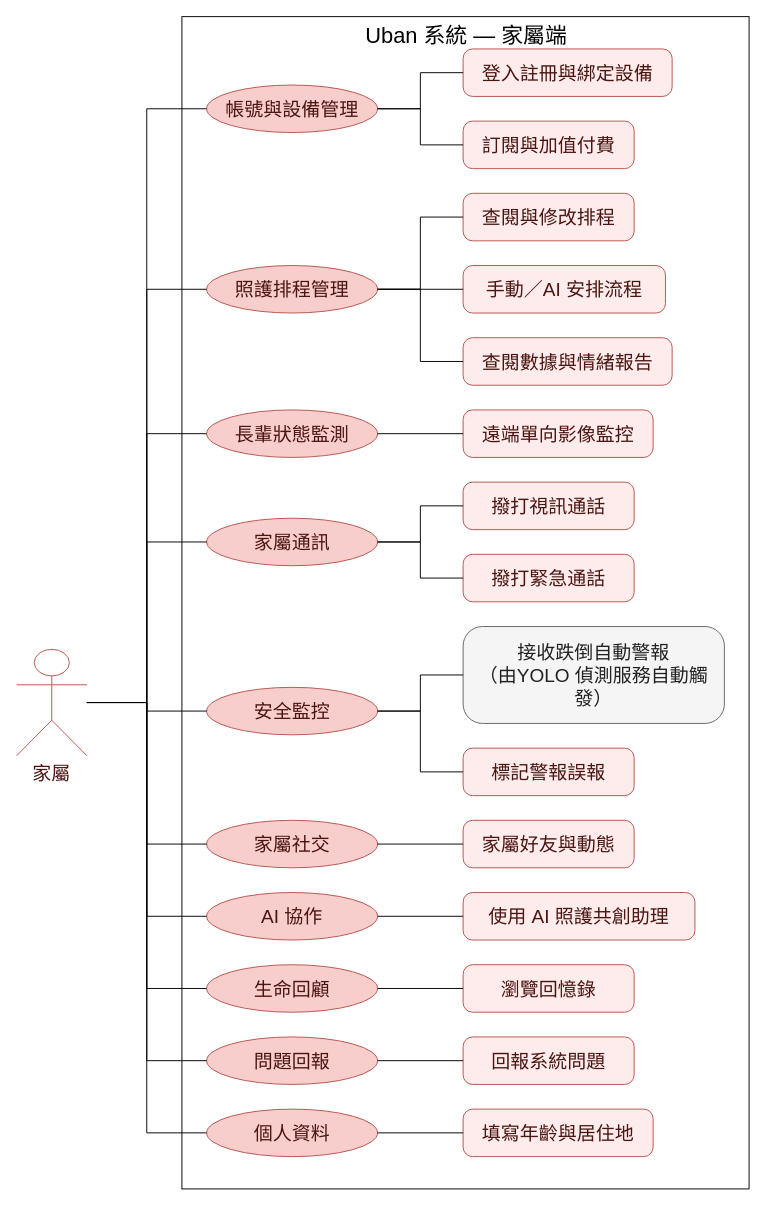
This is Uban System Documents/drawio圖/D524-使用個案-家屬.drawio from HuangYu-Kai/Uban, a draw.io file, before an edit. Source tidied: cells renumbered, new cells numbered last; positions are measured from the earlier drawing's top-left corner, leaving out a move shared by most shapes. Both pictures are drawn from the tidied source at 95%, with x=0, y=0 at pixel (16, 16).
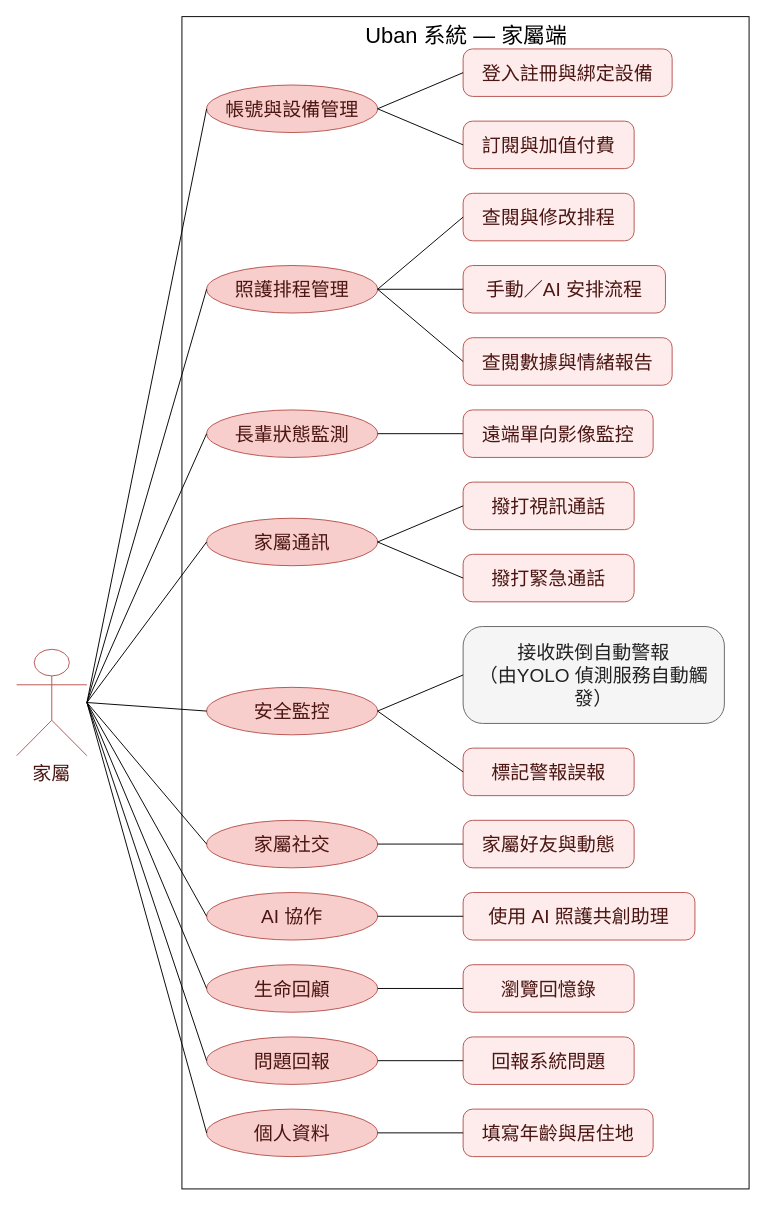
Above is the later version.

Unchanged cells that the change refers to:
```xml
<mxCell id="3" value="家屬" style="shape=umlActor;verticalLabelPosition=bottom;verticalAlign=top;html=1;fontSize=20;fillColor=#F8CECC;strokeColor=#B85450;fontColor=#4A1512;whiteSpace=wrap;fillColor=none;" parent="1" vertex="1">
<mxCell id="4" value="帳號與設備管理" style="ellipse;html=1;fontSize=20;fillColor=#F8CECC;strokeColor=#B85450;fontColor=#4A1512;whiteSpace=wrap;" parent="1" vertex="1">
<mxCell id="5" value="登入註冊與綁定設備" style="rounded=1;arcSize=20;html=1;fontSize=20;fillColor=#FDECEB;strokeColor=#B85450;fontColor=#4A1512;whiteSpace=wrap;" parent="1" vertex="1">
<mxCell id="6" value="訂閱與加值付費" style="rounded=1;arcSize=20;html=1;fontSize=20;fillColor=#FDECEB;strokeColor=#B85450;fontColor=#4A1512;whiteSpace=wrap;" parent="1" vertex="1">
<mxCell id="7" value="照護排程管理" style="ellipse;html=1;fontSize=20;fillColor=#F8CECC;strokeColor=#B85450;fontColor=#4A1512;whiteSpace=wrap;" parent="1" vertex="1">
<mxCell id="8" value="查閱與修改排程" style="rounded=1;arcSize=20;html=1;fontSize=20;fillColor=#FDECEB;strokeColor=#B85450;fontColor=#4A1512;whiteSpace=wrap;" parent="1" vertex="1">
<mxCell id="9" value="手動／AI 安排流程" style="rounded=1;arcSize=20;html=1;fontSize=20;fillColor=#FDECEB;strokeColor=#B85450;fontColor=#4A1512;whiteSpace=wrap;" parent="1" vertex="1">
<mxCell id="10" value="查閱數據與情緒報告" style="rounded=1;arcSize=20;html=1;fontSize=20;fillColor=#FDECEB;strokeColor=#B85450;fontColor=#4A1512;whiteSpace=wrap;" parent="1" vertex="1">
<mxCell id="11" value="長輩狀態監測" style="ellipse;html=1;fontSize=20;fillColor=#F8CECC;strokeColor=#B85450;fontColor=#4A1512;whiteSpace=wrap;" parent="1" vertex="1">
<mxCell id="12" value="遠端單向影像監控" style="rounded=1;arcSize=20;html=1;fontSize=20;fillColor=#FDECEB;strokeColor=#B85450;fontColor=#4A1512;whiteSpace=wrap;" parent="1" vertex="1">
<mxCell id="13" value="家屬通訊" style="ellipse;html=1;fontSize=20;fillColor=#F8CECC;strokeColor=#B85450;fontColor=#4A1512;whiteSpace=wrap;" parent="1" vertex="1">
<mxCell id="14" value="撥打視訊通話" style="rounded=1;arcSize=20;html=1;fontSize=20;fillColor=#FDECEB;strokeColor=#B85450;fontColor=#4A1512;whiteSpace=wrap;" parent="1" vertex="1">
<mxCell id="15" value="撥打緊急通話" style="rounded=1;arcSize=20;html=1;fontSize=20;fillColor=#FDECEB;strokeColor=#B85450;fontColor=#4A1512;whiteSpace=wrap;" parent="1" vertex="1">
<mxCell id="16" value="安全監控" style="ellipse;html=1;fontSize=20;fillColor=#F8CECC;strokeColor=#B85450;fontColor=#4A1512;whiteSpace=wrap;" parent="1" vertex="1">
<mxCell id="17" value="接收跌倒自動警報&lt;br&gt;（由YOLO 偵測服務自動觸&lt;br&gt;發）" style="rounded=1;arcSize=20;html=1;fontSize=20;fillColor=#F5F5F5;strokeColor=#666666;fontColor=#222222;whiteSpace=wrap;" parent="1" vertex="1">
<mxCell id="18" value="標記警報誤報" style="rounded=1;arcSize=20;html=1;fontSize=20;fillColor=#FDECEB;strokeColor=#B85450;fontColor=#4A1512;whiteSpace=wrap;" parent="1" vertex="1">
<mxCell id="19" value="家屬社交" style="ellipse;html=1;fontSize=20;fillColor=#F8CECC;strokeColor=#B85450;fontColor=#4A1512;whiteSpace=wrap;" parent="1" vertex="1">
<mxCell id="20" value="家屬好友與動態" style="rounded=1;arcSize=20;html=1;fontSize=20;fillColor=#FDECEB;strokeColor=#B85450;fontColor=#4A1512;whiteSpace=wrap;" parent="1" vertex="1">
<mxCell id="21" value="AI 協作" style="ellipse;html=1;fontSize=20;fillColor=#F8CECC;strokeColor=#B85450;fontColor=#4A1512;whiteSpace=wrap;" parent="1" vertex="1">
<mxCell id="22" value="使用 AI 照護共創助理" style="rounded=1;arcSize=20;html=1;fontSize=20;fillColor=#FDECEB;strokeColor=#B85450;fontColor=#4A1512;whiteSpace=wrap;" parent="1" vertex="1">
<mxCell id="23" value="生命回顧" style="ellipse;html=1;fontSize=20;fillColor=#F8CECC;strokeColor=#B85450;fontColor=#4A1512;whiteSpace=wrap;" parent="1" vertex="1">
<mxCell id="24" value="瀏覽回憶錄" style="rounded=1;arcSize=20;html=1;fontSize=20;fillColor=#FDECEB;strokeColor=#B85450;fontColor=#4A1512;whiteSpace=wrap;" parent="1" vertex="1">
<mxCell id="25" value="問題回報" style="ellipse;html=1;fontSize=20;fillColor=#F8CECC;strokeColor=#B85450;fontColor=#4A1512;whiteSpace=wrap;" parent="1" vertex="1">
<mxCell id="26" value="回報系統問題" style="rounded=1;arcSize=20;html=1;fontSize=20;fillColor=#FDECEB;strokeColor=#B85450;fontColor=#4A1512;whiteSpace=wrap;" parent="1" vertex="1">
<mxCell id="27" value="個人資料" style="ellipse;html=1;fontSize=20;fillColor=#F8CECC;strokeColor=#B85450;fontColor=#4A1512;whiteSpace=wrap;" parent="1" vertex="1">
<mxCell id="28" value="填寫年齡與居住地" style="rounded=1;arcSize=20;html=1;fontSize=20;fillColor=#FDECEB;strokeColor=#B85450;fontColor=#4A1512;whiteSpace=wrap;" parent="1" vertex="1">
```

Change to the diagram source:
```diff
@@
-    <mxCell id="29" style="edgeStyle=orthogonalEdgeStyle;rounded=0;html=1;endArrow=none;strokeColor=#000000;exitX=1;exitY=0.5;entryX=0;entryY=0.5;exitPerimeter=0;entryPerimeter=0;" parent="1" edge="1" source="3" target="4">
+    <mxCell id="29" style="edgeStyle=none;rounded=0;html=1;endArrow=none;strokeColor=#000000;exitX=1;exitY=0.5;entryX=0;entryY=0.5;exitPerimeter=0;entryPerimeter=0;" parent="1" edge="1" source="3" target="4">
       <mxGeometry relative="1" as="geometry" />
     </mxCell>
-    <mxCell id="30" style="edgeStyle=orthogonalEdgeStyle;rounded=0;html=1;endArrow=none;strokeColor=#000000;exitX=1;exitY=0.5;entryX=0;entryY=0.5;exitPerimeter=0;entryPerimeter=0;" parent="1" edge="1" source="4" target="5">
+    <mxCell id="30" style="edgeStyle=none;rounded=0;html=1;endArrow=none;strokeColor=#000000;exitX=1;exitY=0.5;entryX=0;entryY=0.5;exitPerimeter=0;entryPerimeter=0;" parent="1" edge="1" source="4" target="5">
       <mxGeometry relative="1" as="geometry" />
     </mxCell>
-    <mxCell id="31" style="edgeStyle=orthogonalEdgeStyle;rounded=0;html=1;endArrow=none;strokeColor=#000000;exitX=1;exitY=0.5;entryX=0;entryY=0.5;exitPerimeter=0;entryPerimeter=0;" parent="1" edge="1" source="4" target="6">
+    <mxCell id="31" style="edgeStyle=none;rounded=0;html=1;endArrow=none;strokeColor=#000000;exitX=1;exitY=0.5;entryX=0;entryY=0.5;exitPerimeter=0;entryPerimeter=0;" parent="1" edge="1" source="4" target="6">
       <mxGeometry relative="1" as="geometry" />
     </mxCell>
-    <mxCell id="32" style="edgeStyle=orthogonalEdgeStyle;rounded=0;html=1;endArrow=none;strokeColor=#000000;exitX=1;exitY=0.5;entryX=0;entryY=0.5;exitPerimeter=0;entryPerimeter=0;" parent="1" edge="1" source="3" target="7">
+    <mxCell id="32" style="edgeStyle=none;rounded=0;html=1;endArrow=none;strokeColor=#000000;exitX=1;exitY=0.5;entryX=0;entryY=0.5;exitPerimeter=0;entryPerimeter=0;" parent="1" edge="1" source="3" target="7">
       <mxGeometry relative="1" as="geometry" />
     </mxCell>
-    <mxCell id="33" style="edgeStyle=orthogonalEdgeStyle;rounded=0;html=1;endArrow=none;strokeColor=#000000;exitX=1;exitY=0.5;entryX=0;entryY=0.5;exitPerimeter=0;entryPerimeter=0;" parent="1" edge="1" source="7" target="8">
+    <mxCell id="33" style="edgeStyle=none;rounded=0;html=1;endArrow=none;strokeColor=#000000;exitX=1;exitY=0.5;entryX=0;entryY=0.5;exitPerimeter=0;entryPerimeter=0;" parent="1" edge="1" source="7" target="8">
       <mxGeometry relative="1" as="geometry" />
     </mxCell>
-    <mxCell id="34" style="edgeStyle=orthogonalEdgeStyle;rounded=0;html=1;endArrow=none;strokeColor=#000000;exitX=1;exitY=0.5;entryX=0;entryY=0.5;exitPerimeter=0;entryPerimeter=0;" parent="1" edge="1" source="7" target="9">
+    <mxCell id="34" style="edgeStyle=none;rounded=0;html=1;endArrow=none;strokeColor=#000000;exitX=1;exitY=0.5;entryX=0;entryY=0.5;exitPerimeter=0;entryPerimeter=0;" parent="1" edge="1" source="7" target="9">
       <mxGeometry relative="1" as="geometry" />
     </mxCell>
-    <mxCell id="35" style="edgeStyle=orthogonalEdgeStyle;rounded=0;html=1;endArrow=none;strokeColor=#000000;exitX=1;exitY=0.5;entryX=0;entryY=0.5;exitPerimeter=0;entryPerimeter=0;" parent="1" edge="1" source="7" target="10">
+    <mxCell id="35" style="edgeStyle=none;rounded=0;html=1;endArrow=none;strokeColor=#000000;exitX=1;exitY=0.5;entryX=0;entryY=0.5;exitPerimeter=0;entryPerimeter=0;" parent="1" edge="1" source="7" target="10">
       <mxGeometry relative="1" as="geometry" />
     </mxCell>
-    <mxCell id="36" style="edgeStyle=orthogonalEdgeStyle;rounded=0;html=1;endArrow=none;strokeColor=#000000;exitX=1;exitY=0.5;entryX=0;entryY=0.5;exitPerimeter=0;entryPerimeter=0;" parent="1" edge="1" source="3" target="11">
+    <mxCell id="36" style="edgeStyle=none;rounded=0;html=1;endArrow=none;strokeColor=#000000;exitX=1;exitY=0.5;entryX=0;entryY=0.5;exitPerimeter=0;entryPerimeter=0;" parent="1" edge="1" source="3" target="11">
       <mxGeometry relative="1" as="geometry" />
     </mxCell>
-    <mxCell id="37" style="edgeStyle=orthogonalEdgeStyle;rounded=0;html=1;endArrow=none;strokeColor=#000000;exitX=1;exitY=0.5;entryX=0;entryY=0.5;exitPerimeter=0;entryPerimeter=0;" parent="1" edge="1" source="11" target="12">
+    <mxCell id="37" style="edgeStyle=none;rounded=0;html=1;endArrow=none;strokeColor=#000000;exitX=1;exitY=0.5;entryX=0;entryY=0.5;exitPerimeter=0;entryPerimeter=0;" parent="1" edge="1" source="11" target="12">
       <mxGeometry relative="1" as="geometry" />
     </mxCell>
-    <mxCell id="38" style="edgeStyle=orthogonalEdgeStyle;rounded=0;html=1;endArrow=none;strokeColor=#000000;exitX=1;exitY=0.5;entryX=0;entryY=0.5;exitPerimeter=0;entryPerimeter=0;" parent="1" edge="1" source="3" target="13">
+    <mxCell id="38" style="edgeStyle=none;rounded=0;html=1;endArrow=none;strokeColor=#000000;exitX=1;exitY=0.5;entryX=0;entryY=0.5;exitPerimeter=0;entryPerimeter=0;" parent="1" edge="1" source="3" target="13">
       <mxGeometry relative="1" as="geometry" />
     </mxCell>
-    <mxCell id="39" style="edgeStyle=orthogonalEdgeStyle;rounded=0;html=1;endArrow=none;strokeColor=#000000;exitX=1;exitY=0.5;entryX=0;entryY=0.5;exitPerimeter=0;entryPerimeter=0;" parent="1" edge="1" source="13" target="14">
+    <mxCell id="39" style="edgeStyle=none;rounded=0;html=1;endArrow=none;strokeColor=#000000;exitX=1;exitY=0.5;entryX=0;entryY=0.5;exitPerimeter=0;entryPerimeter=0;" parent="1" edge="1" source="13" target="14">
       <mxGeometry relative="1" as="geometry" />
     </mxCell>
-    <mxCell id="40" style="edgeStyle=orthogonalEdgeStyle;rounded=0;html=1;endArrow=none;strokeColor=#000000;exitX=1;exitY=0.5;entryX=0;entryY=0.5;exitPerimeter=0;entryPerimeter=0;" parent="1" edge="1" source="13" target="15">
+    <mxCell id="40" style="edgeStyle=none;rounded=0;html=1;endArrow=none;strokeColor=#000000;exitX=1;exitY=0.5;entryX=0;entryY=0.5;exitPerimeter=0;entryPerimeter=0;" parent="1" edge="1" source="13" target="15">
       <mxGeometry relative="1" as="geometry" />
     </mxCell>
-    <mxCell id="41" style="edgeStyle=orthogonalEdgeStyle;rounded=0;html=1;endArrow=none;strokeColor=#000000;exitX=1;exitY=0.5;entryX=0;entryY=0.5;exitPerimeter=0;entryPerimeter=0;" parent="1" edge="1" source="3" target="16">
+    <mxCell id="41" style="edgeStyle=none;rounded=0;html=1;endArrow=none;strokeColor=#000000;exitX=1;exitY=0.5;entryX=0;entryY=0.5;exitPerimeter=0;entryPerimeter=0;" parent="1" edge="1" source="3" target="16">
       <mxGeometry relative="1" as="geometry" />
     </mxCell>
-    <mxCell id="42" style="edgeStyle=orthogonalEdgeStyle;rounded=0;html=1;endArrow=none;strokeColor=#000000;exitX=1;exitY=0.5;entryX=0;entryY=0.5;exitPerimeter=0;entryPerimeter=0;" parent="1" edge="1" source="16" target="17">
+    <mxCell id="42" style="edgeStyle=none;rounded=0;html=1;endArrow=none;strokeColor=#000000;exitX=1;exitY=0.5;entryX=0;entryY=0.5;exitPerimeter=0;entryPerimeter=0;" parent="1" edge="1" source="16" target="17">
       <mxGeometry relative="1" as="geometry" />
     </mxCell>
-    <mxCell id="43" style="edgeStyle=orthogonalEdgeStyle;rounded=0;html=1;endArrow=none;strokeColor=#000000;exitX=1;exitY=0.5;entryX=0;entryY=0.5;exitPerimeter=0;entryPerimeter=0;" parent="1" edge="1" source="16" target="18">
+    <mxCell id="43" style="edgeStyle=none;rounded=0;html=1;endArrow=none;strokeColor=#000000;exitX=1;exitY=0.5;entryX=0;entryY=0.5;exitPerimeter=0;entryPerimeter=0;" parent="1" edge="1" source="16" target="18">
       <mxGeometry relative="1" as="geometry" />
     </mxCell>
-    <mxCell id="44" style="edgeStyle=orthogonalEdgeStyle;rounded=0;html=1;endArrow=none;strokeColor=#000000;exitX=1;exitY=0.5;entryX=0;entryY=0.5;exitPerimeter=0;entryPerimeter=0;" parent="1" edge="1" source="3" target="19">
+    <mxCell id="44" style="edgeStyle=none;rounded=0;html=1;endArrow=none;strokeColor=#000000;exitX=1;exitY=0.5;entryX=0;entryY=0.5;exitPerimeter=0;entryPerimeter=0;" parent="1" edge="1" source="3" target="19">
       <mxGeometry relative="1" as="geometry" />
     </mxCell>
-    <mxCell id="45" style="edgeStyle=orthogonalEdgeStyle;rounded=0;html=1;endArrow=none;strokeColor=#000000;exitX=1;exitY=0.5;entryX=0;entryY=0.5;exitPerimeter=0;entryPerimeter=0;" parent="1" edge="1" source="19" target="20">
+    <mxCell id="45" style="edgeStyle=none;rounded=0;html=1;endArrow=none;strokeColor=#000000;exitX=1;exitY=0.5;entryX=0;entryY=0.5;exitPerimeter=0;entryPerimeter=0;" parent="1" edge="1" source="19" target="20">
       <mxGeometry relative="1" as="geometry" />
     </mxCell>
-    <mxCell id="46" style="edgeStyle=orthogonalEdgeStyle;rounded=0;html=1;endArrow=none;strokeColor=#000000;exitX=1;exitY=0.5;entryX=0;entryY=0.5;exitPerimeter=0;entryPerimeter=0;" parent="1" edge="1" source="3" target="21">
+    <mxCell id="46" style="edgeStyle=none;rounded=0;html=1;endArrow=none;strokeColor=#000000;exitX=1;exitY=0.5;entryX=0;entryY=0.5;exitPerimeter=0;entryPerimeter=0;" parent="1" edge="1" source="3" target="21">
       <mxGeometry relative="1" as="geometry" />
     </mxCell>
-    <mxCell id="47" style="edgeStyle=orthogonalEdgeStyle;rounded=0;html=1;endArrow=none;strokeColor=#000000;exitX=1;exitY=0.5;entryX=0;entryY=0.5;exitPerimeter=0;entryPerimeter=0;" parent="1" edge="1" source="21" target="22">
+    <mxCell id="47" style="edgeStyle=none;rounded=0;html=1;endArrow=none;strokeColor=#000000;exitX=1;exitY=0.5;entryX=0;entryY=0.5;exitPerimeter=0;entryPerimeter=0;" parent="1" edge="1" source="21" target="22">
       <mxGeometry relative="1" as="geometry" />
     </mxCell>
-    <mxCell id="48" style="edgeStyle=orthogonalEdgeStyle;rounded=0;html=1;endArrow=none;strokeColor=#000000;exitX=1;exitY=0.5;entryX=0;entryY=0.5;exitPerimeter=0;entryPerimeter=0;" parent="1" edge="1" source="3" target="23">
+    <mxCell id="48" style="edgeStyle=none;rounded=0;html=1;endArrow=none;strokeColor=#000000;exitX=1;exitY=0.5;entryX=0;entryY=0.5;exitPerimeter=0;entryPerimeter=0;" parent="1" edge="1" source="3" target="23">
       <mxGeometry relative="1" as="geometry" />
     </mxCell>
-    <mxCell id="49" style="edgeStyle=orthogonalEdgeStyle;rounded=0;html=1;endArrow=none;strokeColor=#000000;exitX=1;exitY=0.5;entryX=0;entryY=0.5;exitPerimeter=0;entryPerimeter=0;" parent="1" edge="1" source="23" target="24">
+    <mxCell id="49" style="edgeStyle=none;rounded=0;html=1;endArrow=none;strokeColor=#000000;exitX=1;exitY=0.5;entryX=0;entryY=0.5;exitPerimeter=0;entryPerimeter=0;" parent="1" edge="1" source="23" target="24">
       <mxGeometry relative="1" as="geometry" />
     </mxCell>
-    <mxCell id="50" style="edgeStyle=orthogonalEdgeStyle;rounded=0;html=1;endArrow=none;strokeColor=#000000;exitX=1;exitY=0.5;entryX=0;entryY=0.5;exitPerimeter=0;entryPerimeter=0;" parent="1" edge="1" source="3" target="25">
+    <mxCell id="50" style="edgeStyle=none;rounded=0;html=1;endArrow=none;strokeColor=#000000;exitX=1;exitY=0.5;entryX=0;entryY=0.5;exitPerimeter=0;entryPerimeter=0;" parent="1" edge="1" source="3" target="25">
       <mxGeometry relative="1" as="geometry" />
     </mxCell>
-    <mxCell id="51" style="edgeStyle=orthogonalEdgeStyle;rounded=0;html=1;endArrow=none;strokeColor=#000000;exitX=1;exitY=0.5;entryX=0;entryY=0.5;exitPerimeter=0;entryPerimeter=0;" parent="1" edge="1" source="25" target="26">
+    <mxCell id="51" style="edgeStyle=none;rounded=0;html=1;endArrow=none;strokeColor=#000000;exitX=1;exitY=0.5;entryX=0;entryY=0.5;exitPerimeter=0;entryPerimeter=0;" parent="1" edge="1" source="25" target="26">
       <mxGeometry relative="1" as="geometry" />
     </mxCell>
-    <mxCell id="52" style="edgeStyle=orthogonalEdgeStyle;rounded=0;html=1;endArrow=none;strokeColor=#000000;exitX=1;exitY=0.5;entryX=0;entryY=0.5;exitPerimeter=0;entryPerimeter=0;" parent="1" edge="1" source="3" target="27">
+    <mxCell id="52" style="edgeStyle=none;rounded=0;html=1;endArrow=none;strokeColor=#000000;exitX=1;exitY=0.5;entryX=0;entryY=0.5;exitPerimeter=0;entryPerimeter=0;" parent="1" edge="1" source="3" target="27">
       <mxGeometry relative="1" as="geometry" />
     </mxCell>
-    <mxCell id="53" style="edgeStyle=orthogonalEdgeStyle;rounded=0;html=1;endArrow=none;strokeColor=#000000;exitX=1;exitY=0.5;entryX=0;entryY=0.5;exitPerimeter=0;entryPerimeter=0;" parent="1" edge="1" source="27" target="28">
+    <mxCell id="53" style="edgeStyle=none;rounded=0;html=1;endArrow=none;strokeColor=#000000;exitX=1;exitY=0.5;entryX=0;entryY=0.5;exitPerimeter=0;entryPerimeter=0;" parent="1" edge="1" source="27" target="28">
       <mxGeometry relative="1" as="geometry" />
     </mxCell>
```
